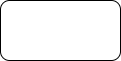
This is Betterfit.png from NaeheonLee/Muffin, a draw.io export, as it was before one commit. Source tidied: cells renumbered, new cells last; positions are measured from the earlier drawing's top-left corner, leaving out a move shared by most shapes. Its diagram source:
```xml
<mxGraphModel>
  <root>
    <mxCell id="0" />
    <mxCell id="1" parent="0" />
    <mxCell id="2" style="rounded=1;whiteSpace=wrap;html=1;" parent="1" vertex="1">
      <mxGeometry width="120" height="60" as="geometry" />
    </mxCell>
  </root>
</mxGraphModel>
```
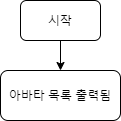
After the change.

What changed in the source:
```diff
@@ -2,8 +2,14 @@
   <root>
     <mxCell id="0" />
     <mxCell id="1" parent="0" />
+    <mxCell id="3" style="edgeStyle=orthogonalEdgeStyle;rounded=0;jettySize=auto;html=1;" parent="1" edge="1" source="2" target="4">
+      <mxGeometry relative="1" as="geometry" />
+    </mxCell>
-    <mxCell id="2" style="rounded=1;whiteSpace=wrap;html=1;" parent="1" vertex="1">
-      <mxGeometry width="120" height="60" as="geometry" />
+    <mxCell id="2" value="시작" style="rounded=1;whiteSpace=wrap;html=1;" parent="1" vertex="1">
+      <mxGeometry width="80" height="40" as="geometry" />
     </mxCell>
+    <mxCell id="4" value="아바타 목록 출력됨" style="whiteSpace=wrap;html=1;rounded=1;" parent="1" vertex="1">
+      <mxGeometry x="-20" y="70" width="120" height="50" as="geometry" />
+    </mxCell>
   </root>
 </mxGraphModel>
```
